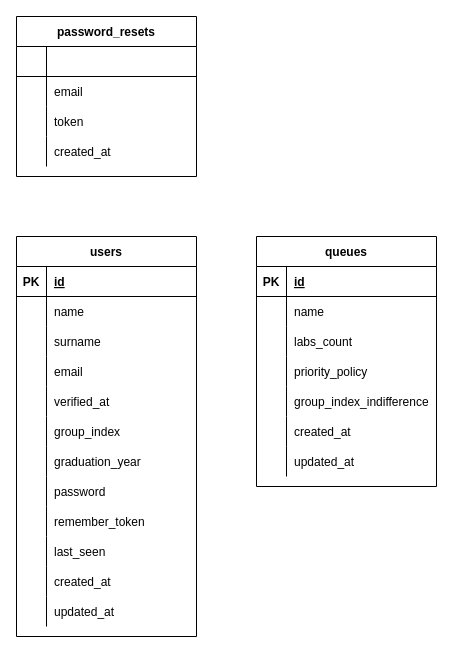
Earlier version of the draw.io diagram docs/database.drawio (RullDeef/queaver). Source tidied: cells renumbered, new cells numbered last; positions are measured from the earlier drawing's top-left corner, leaving out a move shared by most shapes. Both pictures are drawn from the tidied source at 100%, with x=0, y=0 at pixel (16, 16).
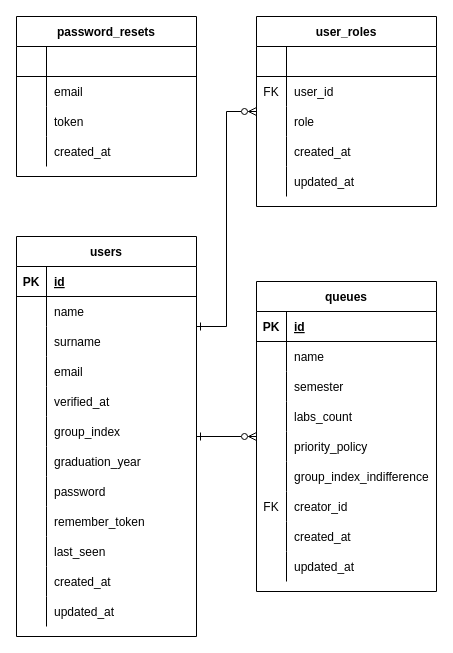
After the change.

The change refers to these unchanged cells:
```xml
<mxCell id="2" value="users" style="shape=table;startSize=30;childLayout=tableLayout;rowLines=0;fontStyle=1;align=center;" parent="1" vertex="1">
  <mxGeometry y="220" width="180" height="400" as="geometry" />
</mxCell>
```

Change to the diagram source:
```diff
@@
+    <mxCell id="74" style="edgeStyle=orthogonalEdgeStyle;rounded=0;jettySize=auto;html=1;startArrow=ERone;startFill=0;endArrow=ERzeroToMany;endFill=0;" parent="1" edge="1" source="2" target="52">
+      <mxGeometry relative="1" as="geometry" />
+    </mxCell>
@@
     <mxCell id="52" value="queues" style="shape=table;startSize=30;childLayout=tableLayout;rowLines=0;fontStyle=1;align=center;" parent="1" vertex="1">
-      <mxGeometry x="240" y="220" width="180" height="250" as="geometry" />
+      <mxGeometry x="240" y="265" width="180" height="310" as="geometry" />
     </mxCell>
@@
+    <mxCell id="75" style="shape=tableRow;horizontal=0;startSize=0;swimlaneHead=0;swimlaneBody=0;fillColor=none;top=0;left=0;right=0;bottom=0;" parent="52" vertex="1">
+      <mxGeometry y="90" width="180" height="30" as="geometry" />
+    </mxCell>
+    <mxCell id="76" style="shape=partialRectangle;fillColor=none;top=0;left=0;bottom=0;right=0;overflow=hidden;" parent="75" vertex="1">
+      <mxGeometry width="30" height="30" as="geometry" />
+    </mxCell>
+    <mxCell id="77" value="semester" style="shape=partialRectangle;fillColor=none;top=0;left=0;bottom=0;right=0;align=left;spacingLeft=6;overflow=hidden;" parent="75" vertex="1">
+      <mxGeometry x="30" width="150" height="30" as="geometry" />
+    </mxCell>
     <mxCell id="59" style="shape=tableRow;horizontal=0;startSize=0;swimlaneHead=0;swimlaneBody=0;fillColor=none;top=0;left=0;right=0;bottom=0;" parent="52" vertex="1">
-      <mxGeometry y="90" width="180" height="30" as="geometry" />
+      <mxGeometry y="120" width="180" height="30" as="geometry" />
     </mxCell>
@@
     <mxCell id="62" style="shape=tableRow;horizontal=0;startSize=0;swimlaneHead=0;swimlaneBody=0;fillColor=none;top=0;left=0;right=0;bottom=0;" parent="52" vertex="1">
-      <mxGeometry y="120" width="180" height="30" as="geometry" />
+      <mxGeometry y="150" width="180" height="30" as="geometry" />
     </mxCell>
@@
     <mxCell id="65" style="shape=tableRow;horizontal=0;startSize=0;swimlaneHead=0;swimlaneBody=0;fillColor=none;top=0;left=0;right=0;bottom=0;" parent="52" vertex="1">
-      <mxGeometry y="150" width="180" height="30" as="geometry" />
+      <mxGeometry y="180" width="180" height="30" as="geometry" />
     </mxCell>
@@
+    <mxCell id="78" style="shape=tableRow;horizontal=0;startSize=0;swimlaneHead=0;swimlaneBody=0;fillColor=none;top=0;left=0;right=0;bottom=0;" parent="52" vertex="1">
+      <mxGeometry y="210" width="180" height="30" as="geometry" />
+    </mxCell>
+    <mxCell id="79" value="FK" style="shape=partialRectangle;fillColor=none;top=0;left=0;bottom=0;right=0;overflow=hidden;" parent="78" vertex="1">
+      <mxGeometry width="30" height="30" as="geometry" />
+    </mxCell>
+    <mxCell id="80" value="creator_id" style="shape=partialRectangle;fillColor=none;top=0;left=0;bottom=0;right=0;align=left;spacingLeft=6;overflow=hidden;" parent="78" vertex="1">
+      <mxGeometry x="30" width="150" height="30" as="geometry" />
+    </mxCell>
     <mxCell id="68" style="shape=tableRow;horizontal=0;startSize=0;swimlaneHead=0;swimlaneBody=0;fillColor=none;top=0;left=0;right=0;bottom=0;" parent="52" vertex="1">
-      <mxGeometry y="180" width="180" height="30" as="geometry" />
+      <mxGeometry y="240" width="180" height="30" as="geometry" />
     </mxCell>
@@
     <mxCell id="71" style="shape=tableRow;horizontal=0;startSize=0;swimlaneHead=0;swimlaneBody=0;fillColor=none;top=0;left=0;right=0;bottom=0;" parent="52" vertex="1">
-      <mxGeometry y="210" width="180" height="30" as="geometry" />
+      <mxGeometry y="270" width="180" height="30" as="geometry" />
     </mxCell>
@@
+    <mxCell id="81" style="edgeStyle=orthogonalEdgeStyle;rounded=0;jettySize=auto;html=1;startArrow=ERone;startFill=0;endArrow=ERzeroToMany;endFill=0;" parent="1" edge="1" source="2" target="82">
+      <mxGeometry relative="1" as="geometry">
+        <Array as="points">
+          <mxPoint x="210" y="310" />
+          <mxPoint x="210" y="95" />
+        </Array>
+      </mxGeometry>
+    </mxCell>
+    <mxCell id="82" value="user_roles" style="shape=table;startSize=30;childLayout=tableLayout;rowLines=0;fontStyle=1;align=center;" parent="1" vertex="1">
+      <mxGeometry x="240" width="180" height="190" as="geometry" />
+    </mxCell>
+    <mxCell id="83" style="shape=tableRow;horizontal=0;startSize=0;swimlaneHead=0;swimlaneBody=0;fillColor=none;top=0;left=0;right=0;bottom=1;" parent="82" vertex="1">
+      <mxGeometry y="30" width="180" height="30" as="geometry" />
+    </mxCell>
+    <mxCell id="84" style="shape=partialRectangle;fillColor=none;top=0;left=0;bottom=0;right=0;fontStyle=1;overflow=hidden;" parent="83" vertex="1">
+      <mxGeometry width="30" height="30" as="geometry" />
+    </mxCell>
+    <mxCell id="85" style="shape=partialRectangle;fillColor=none;top=0;left=0;bottom=0;right=0;align=left;spacingLeft=6;fontStyle=5;overflow=hidden;" parent="83" vertex="1">
+      <mxGeometry x="30" width="150" height="30" as="geometry" />
+    </mxCell>
+    <mxCell id="86" style="shape=tableRow;horizontal=0;startSize=0;swimlaneHead=0;swimlaneBody=0;fillColor=none;top=0;left=0;right=0;bottom=0;" parent="82" vertex="1">
+      <mxGeometry y="60" width="180" height="30" as="geometry" />
+    </mxCell>
+    <mxCell id="87" value="FK" style="shape=partialRectangle;fillColor=none;top=0;left=0;bottom=0;right=0;overflow=hidden;" parent="86" vertex="1">
+      <mxGeometry width="30" height="30" as="geometry" />
+    </mxCell>
+    <mxCell id="88" value="user_id" style="shape=partialRectangle;fillColor=none;top=0;left=0;bottom=0;right=0;align=left;spacingLeft=6;overflow=hidden;" parent="86" vertex="1">
+      <mxGeometry x="30" width="150" height="30" as="geometry" />
+    </mxCell>
+    <mxCell id="89" style="shape=tableRow;horizontal=0;startSize=0;swimlaneHead=0;swimlaneBody=0;fillColor=none;top=0;left=0;right=0;bottom=0;" parent="82" vertex="1">
+      <mxGeometry y="90" width="180" height="30" as="geometry" />
+    </mxCell>
+    <mxCell id="90" style="shape=partialRectangle;fillColor=none;top=0;left=0;bottom=0;right=0;overflow=hidden;" parent="89" vertex="1">
+      <mxGeometry width="30" height="30" as="geometry" />
+    </mxCell>
+    <mxCell id="91" value="role" style="shape=partialRectangle;fillColor=none;top=0;left=0;bottom=0;right=0;align=left;spacingLeft=6;overflow=hidden;" parent="89" vertex="1">
+      <mxGeometry x="30" width="150" height="30" as="geometry" />
+    </mxCell>
+    <mxCell id="92" style="shape=tableRow;horizontal=0;startSize=0;swimlaneHead=0;swimlaneBody=0;fillColor=none;top=0;left=0;right=0;bottom=0;" parent="82" vertex="1">
+      <mxGeometry y="120" width="180" height="30" as="geometry" />
+    </mxCell>
+    <mxCell id="93" style="shape=partialRectangle;fillColor=none;top=0;left=0;bottom=0;right=0;overflow=hidden;" parent="92" vertex="1">
+      <mxGeometry width="30" height="30" as="geometry" />
+    </mxCell>
+    <mxCell id="94" value="created_at" style="shape=partialRectangle;fillColor=none;top=0;left=0;bottom=0;right=0;align=left;spacingLeft=6;overflow=hidden;" parent="92" vertex="1">
+      <mxGeometry x="30" width="150" height="30" as="geometry" />
+    </mxCell>
+    <mxCell id="95" style="shape=tableRow;horizontal=0;startSize=0;swimlaneHead=0;swimlaneBody=0;fillColor=none;top=0;left=0;right=0;bottom=0;" parent="82" vertex="1">
+      <mxGeometry y="150" width="180" height="30" as="geometry" />
+    </mxCell>
+    <mxCell id="96" style="shape=partialRectangle;fillColor=none;top=0;left=0;bottom=0;right=0;overflow=hidden;" parent="95" vertex="1">
+      <mxGeometry width="30" height="30" as="geometry" />
+    </mxCell>
+    <mxCell id="97" value="updated_at" style="shape=partialRectangle;fillColor=none;top=0;left=0;bottom=0;right=0;align=left;spacingLeft=6;overflow=hidden;" parent="95" vertex="1">
+      <mxGeometry x="30" width="150" height="30" as="geometry" />
+    </mxCell>
```
